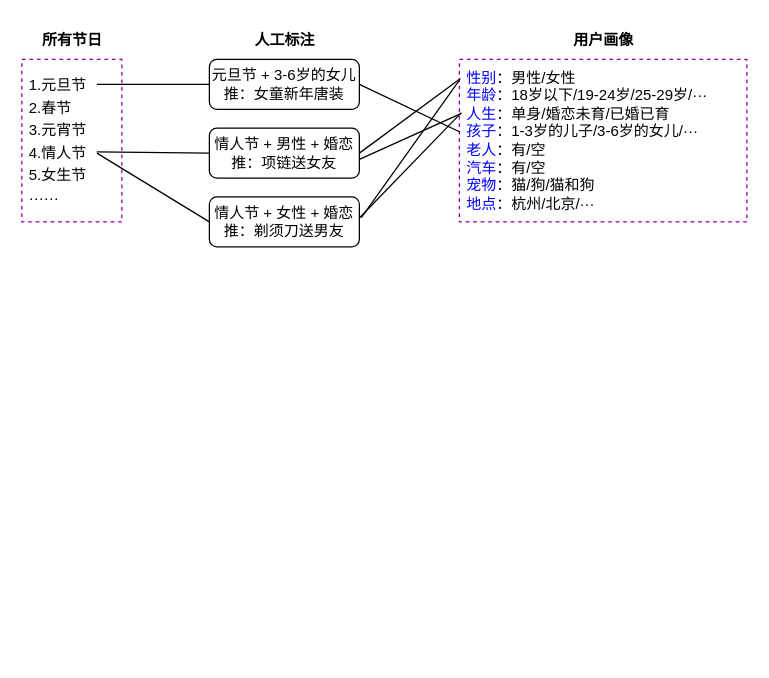
Before: page "样本标注" (2 of 3) of Other_img/客观环境LLM建设图.drawio in cheungwoonming/picx-images-hosting, a draw.io diagram. Source tidied: cells renumbered, new cells numbered last; positions are measured from the earlier drawing's top-left corner, leaving out a move shared by most shapes. Both pictures are drawn from the tidied source at 125%, with x=0, y=0 at pixel (21, 21).
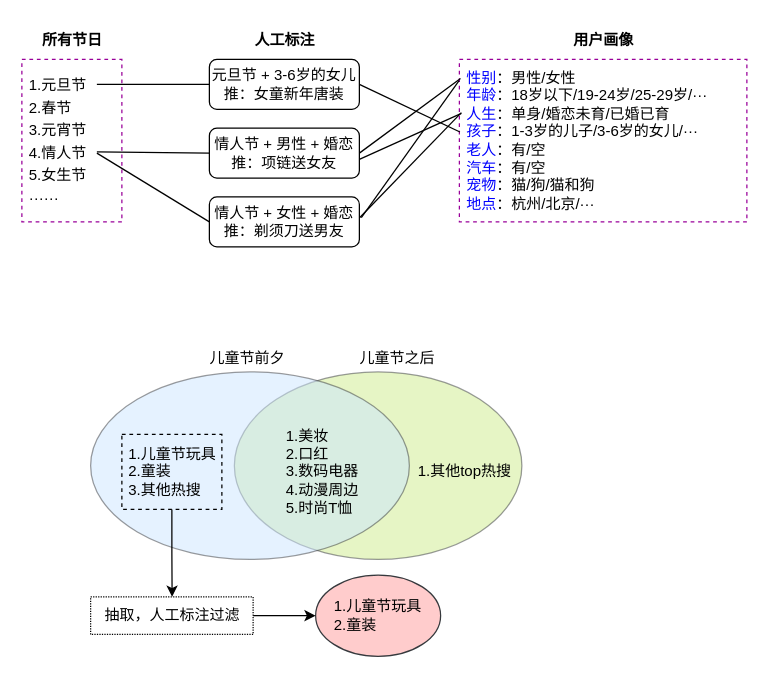
The same page after the edit.

What changed in the source:
```diff
@@
+    <mxCell id="18" style="ellipse;whiteSpace=wrap;html=1;fillColor=#cdeb8b;strokeColor=#36393d;gradientColor=none;opacity=50;" parent="1" vertex="1">
+      <mxGeometry x="170" y="280" width="230" height="150" as="geometry" />
+    </mxCell>
+    <mxCell id="19" style="ellipse;whiteSpace=wrap;html=1;fillColor=#cce5ff;strokeColor=#36393d;fillStyle=auto;opacity=50;" parent="1" vertex="1">
+      <mxGeometry x="55" y="280" width="255" height="150" as="geometry" />
+    </mxCell>
+    <mxCell id="20" value="儿童节前夕" style="text;html=1;align=center;verticalAlign=middle;strokeColor=none;fillColor=none;" parent="1" vertex="1">
+      <mxGeometry x="140" y="254" width="80" height="30" as="geometry" />
+    </mxCell>
+    <mxCell id="21" value="儿童节之后" style="text;html=1;align=center;verticalAlign=middle;strokeColor=none;fillColor=none;" parent="1" vertex="1">
+      <mxGeometry x="260" y="254" width="80" height="30" as="geometry" />
+    </mxCell>
+    <mxCell id="22" value="&lt;div style=&quot;text-align: left;&quot;&gt;&lt;span style=&quot;background-color: initial;&quot;&gt;1.儿童节玩具&lt;/span&gt;&lt;/div&gt;&lt;div style=&quot;text-align: left;&quot;&gt;&lt;span style=&quot;background-color: initial;&quot;&gt;2.童装&lt;/span&gt;&lt;/div&gt;&lt;div style=&quot;text-align: left;&quot;&gt;&lt;span style=&quot;background-color: initial;&quot;&gt;3.其他热搜&lt;/span&gt;&lt;/div&gt;" style="text;html=1;align=center;verticalAlign=middle;strokeColor=none;fillColor=none;" parent="1" vertex="1">
+      <mxGeometry x="75" y="330" width="90" height="60" as="geometry" />
+    </mxCell>
+    <mxCell id="23" value="&lt;div style=&quot;text-align: left;&quot;&gt;&lt;span style=&quot;background-color: initial;&quot;&gt;1.美妆&lt;/span&gt;&lt;/div&gt;&lt;div style=&quot;text-align: left;&quot;&gt;&lt;span style=&quot;background-color: initial;&quot;&gt;2.口红&lt;/span&gt;&lt;/div&gt;&lt;div style=&quot;text-align: left;&quot;&gt;&lt;span style=&quot;background-color: initial;&quot;&gt;3.数码电器&lt;/span&gt;&lt;/div&gt;&lt;div style=&quot;text-align: left;&quot;&gt;&lt;span style=&quot;background-color: initial;&quot;&gt;4.动漫周边&lt;/span&gt;&lt;/div&gt;&lt;div style=&quot;text-align: left;&quot;&gt;&lt;span style=&quot;background-color: initial;&quot;&gt;5.时尚T恤&lt;/span&gt;&lt;/div&gt;" style="text;html=1;align=center;verticalAlign=middle;strokeColor=none;fillColor=none;" parent="1" vertex="1">
+      <mxGeometry x="200" y="315" width="80" height="90" as="geometry" />
+    </mxCell>
+    <mxCell id="24" value="&lt;div style=&quot;text-align: left;&quot;&gt;&lt;span style=&quot;background-color: initial;&quot;&gt;1.其他top热搜&lt;/span&gt;&lt;/div&gt;" style="text;html=1;align=center;verticalAlign=middle;strokeColor=none;fillColor=none;" parent="1" vertex="1">
+      <mxGeometry x="304" y="345" width="100" height="30" as="geometry" />
+    </mxCell>
+    <mxCell id="25" value="1.儿童节玩具&lt;br&gt;&lt;div style=&quot;text-align: left;&quot;&gt;&lt;span style=&quot;background-color: initial;&quot;&gt;2.童装&lt;/span&gt;&lt;/div&gt;" style="ellipse;whiteSpace=wrap;html=1;fillColor=#ffcccc;strokeColor=#36393d;" parent="1" vertex="1">
+      <mxGeometry x="235" y="442.5" width="100" height="65" as="geometry" />
+    </mxCell>
+    <mxCell id="26" style="edgeStyle=orthogonalEdgeStyle;rounded=0;jettySize=auto;html=1;exitX=0.5;exitY=1;exitDx=0;exitDy=0;" parent="1" edge="1" source="27">
+      <mxGeometry relative="1" as="geometry">
+        <mxPoint x="120.2" y="460" as="targetPoint" />
+      </mxGeometry>
+    </mxCell>
+    <mxCell id="27" style="rounded=0;whiteSpace=wrap;html=1;fillColor=none;dashed=1;" parent="1" vertex="1">
+      <mxGeometry x="80" y="330" width="80" height="60" as="geometry" />
+    </mxCell>
+    <mxCell id="28" style="edgeStyle=orthogonalEdgeStyle;rounded=0;jettySize=auto;html=1;entryX=0;entryY=0.5;entryDx=0;entryDy=0;" parent="1" edge="1" source="29" target="25">
+      <mxGeometry relative="1" as="geometry" />
+    </mxCell>
+    <mxCell id="29" value="抽取，人工标注过滤" style="text;html=1;align=center;verticalAlign=middle;points=[];strokeColor=default;fillColor=none;dashed=1;dashPattern=1 1;" parent="1" vertex="1">
+      <mxGeometry x="55" y="460" width="130" height="30" as="geometry" />
+    </mxCell>
```
